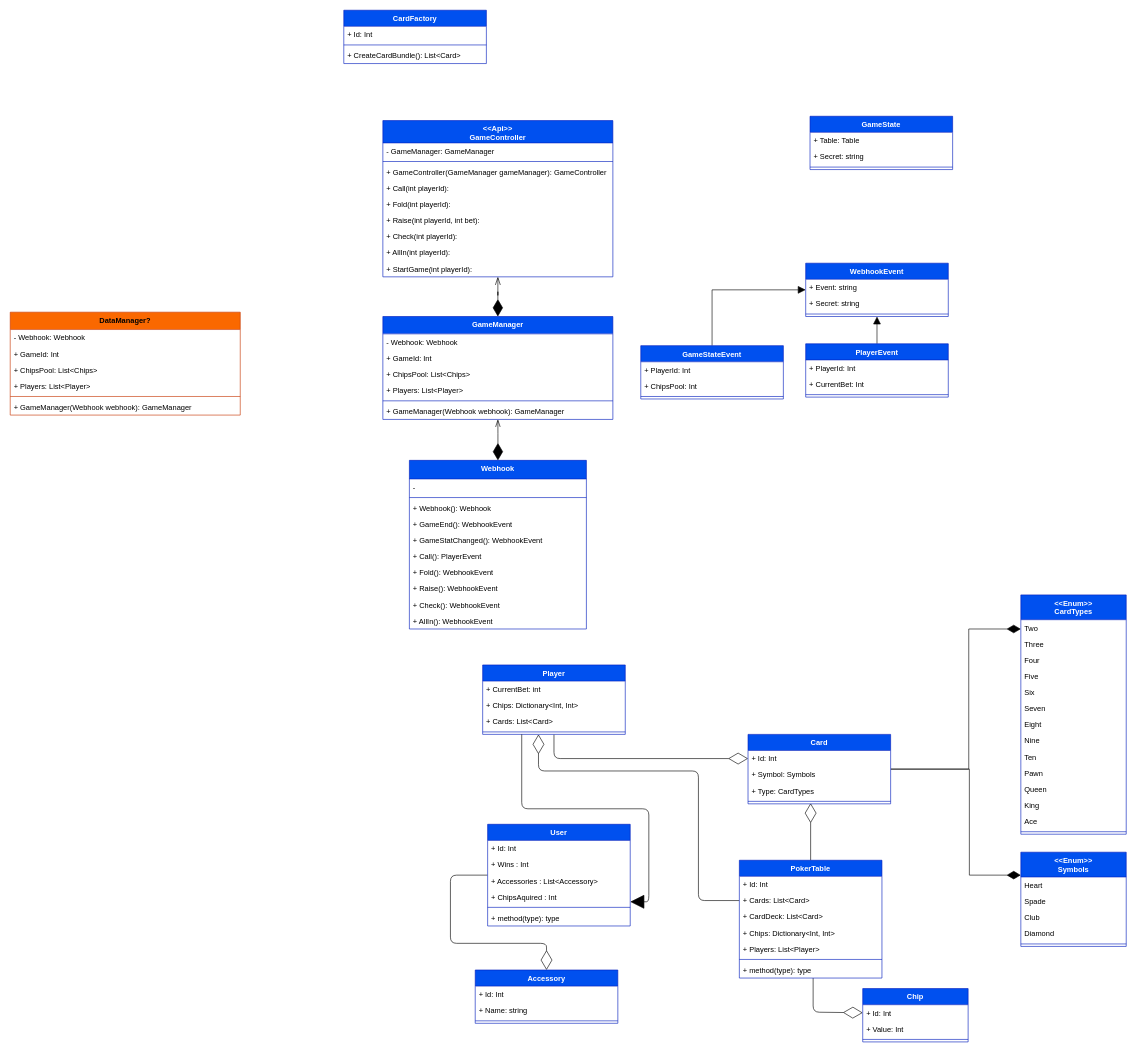
KeanTech/PokerGameEngine keeps this draw.io diagram as ClassDiagram.drawio. Above is the earlier version. Source tidied: cells renumbered, new cells numbered last; positions are measured from the earlier drawing's top-left corner, leaving out a move shared by most shapes. Both pictures are drawn from the tidied source at 62%, with x=0, y=0 at pixel (10, 10).
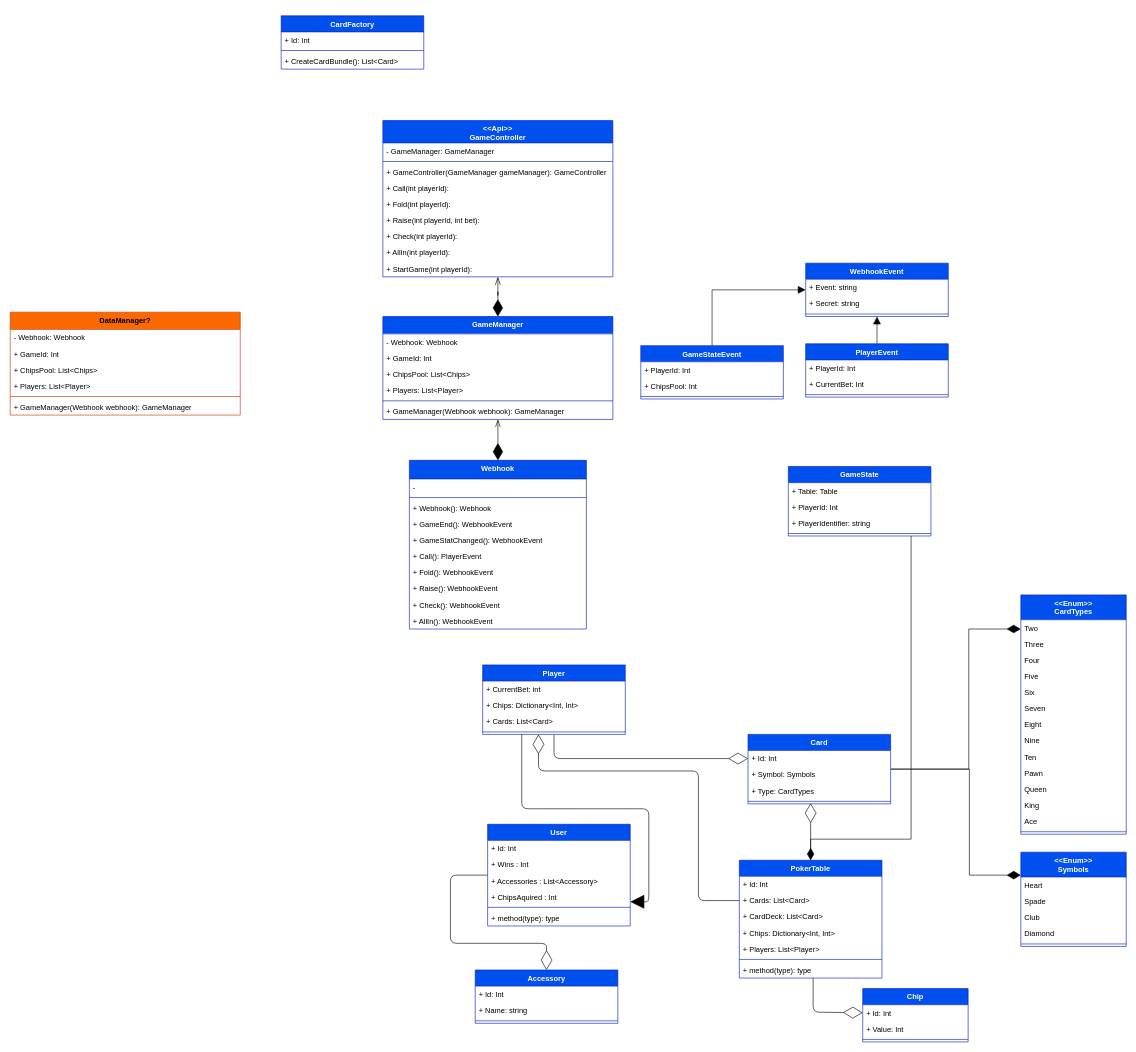
After the change.

Commit message (it also covers changes not shown here):
Added empty methods that is needed, and change name on Table to PokerTable. Also changed propertyname on PlayerId to CurrentPlayerId in GameState

Unchanged cells that the change refers to:
```xml
<mxCell id="20" value="PokerTable" style="swimlane;fontStyle=1;align=center;verticalAlign=top;horizontal=1;startSize=26;fillColor=#0050ef;fontColor=#ffffff;strokeColor=#001DBC;swimlaneFillColor=default;rounded=0;" parent="1" vertex="1">
  <mxGeometry x="1176" y="1371" width="230" height="190" as="geometry" />
</mxCell>
```

The edit, as a diff of the source:
```diff
@@
     <mxCell id="49" value="CardFactory" style="swimlane;fontStyle=1;align=center;verticalAlign=top;horizontal=1;startSize=26;fillColor=#0050ef;fontColor=#ffffff;strokeColor=#001DBC;swimlaneFillColor=default;rounded=0;" parent="1" vertex="1">
-      <mxGeometry x="538" width="230" height="86" as="geometry" />
+      <mxGeometry x="437" y="9" width="230" height="86" as="geometry" />
     </mxCell>
@@
+    <mxCell id="123" style="edgeStyle=orthogonalEdgeStyle;rounded=0;jettySize=auto;html=1;endSize=17;endArrow=diamondThin;endFill=1;" parent="1" edge="1" source="119" target="20">
+      <mxGeometry relative="1" as="geometry">
+        <Array as="points">
+          <mxPoint x="1453" y="1337" />
+          <mxPoint x="1291" y="1337" />
+        </Array>
+      </mxGeometry>
+    </mxCell>
     <mxCell id="119" value="GameState" style="swimlane;fontStyle=1;align=center;verticalAlign=top;horizontal=1;startSize=26;fillColor=#0050ef;fontColor=#ffffff;strokeColor=#001DBC;swimlaneFillColor=default;rounded=0;" parent="1" vertex="1">
-      <mxGeometry x="1290" y="171" width="230" height="86" as="geometry" />
+      <mxGeometry x="1255" y="736" width="230" height="112" as="geometry" />
     </mxCell>
@@
-    <mxCell id="121" value="+ Secret: string" style="text;strokeColor=none;fillColor=none;align=left;verticalAlign=top;spacingLeft=4;spacingRight=4;overflow=hidden;rounded=0;" parent="119" vertex="1">
+    <mxCell id="121" value="+ PlayerId: Int" style="text;strokeColor=none;fillColor=none;align=left;verticalAlign=top;spacingLeft=4;spacingRight=4;overflow=hidden;rounded=0;" parent="119" vertex="1">
       <mxGeometry y="52" width="230" height="26" as="geometry" />
     </mxCell>
+    <mxCell id="124" value="+ PlayerIdentifier: string" style="text;strokeColor=none;fillColor=none;align=left;verticalAlign=top;spacingLeft=4;spacingRight=4;overflow=hidden;rounded=0;" parent="119" vertex="1">
+      <mxGeometry y="78" width="230" height="26" as="geometry" />
+    </mxCell>
     <mxCell id="122" style="line;strokeWidth=1;fillColor=none;align=left;verticalAlign=middle;spacingTop=-1;spacingLeft=3;spacingRight=3;labelPosition=right;strokeColor=inherit;rounded=0;" parent="119" vertex="1">
-      <mxGeometry y="78" width="230" height="8" as="geometry" />
+      <mxGeometry y="104" width="230" height="8" as="geometry" />
     </mxCell>
```
